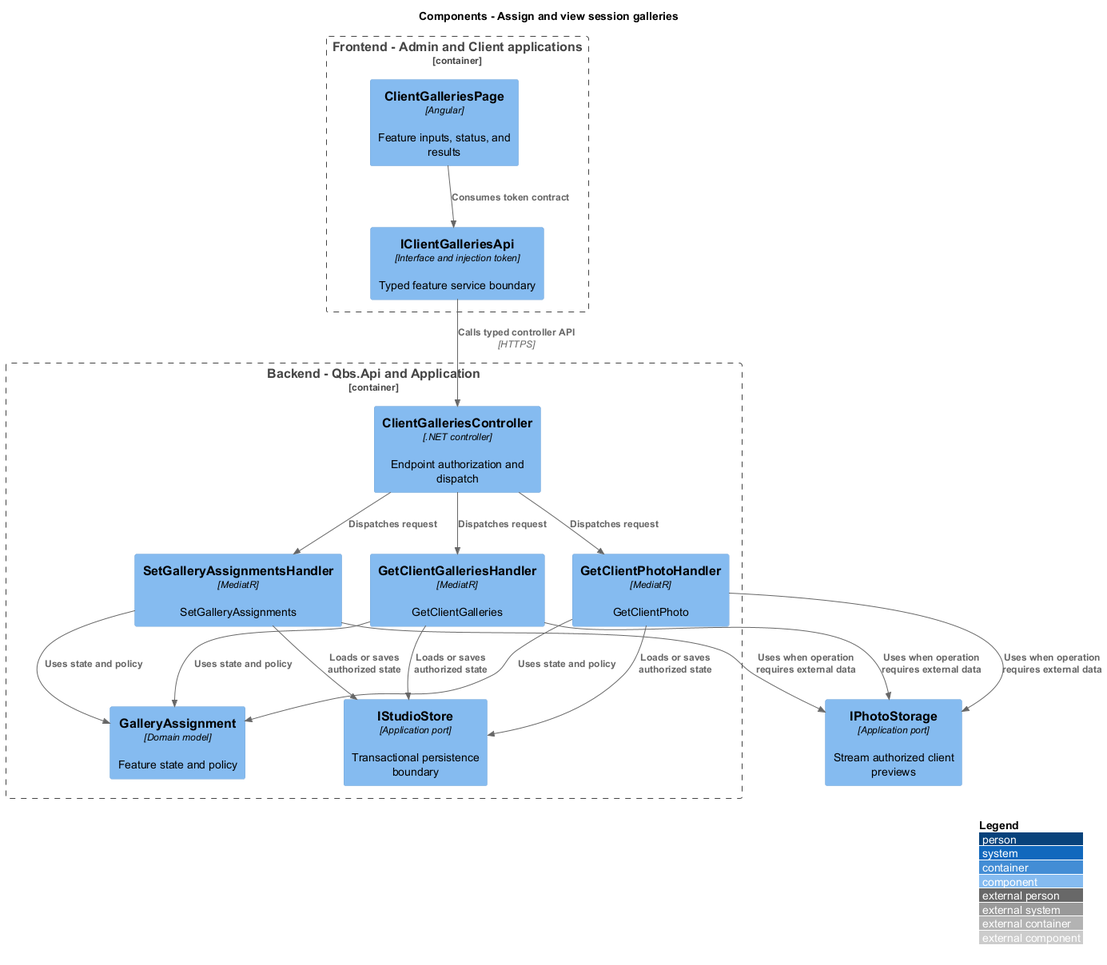
Before: docs/detailed-designs/client-access/assign-and-view-session-galleries/diagrams/c4-component.png, a diagram exported from PlantUML (QuinntyneBrown/quinntyne-brown-studio). Its diagram source:
```plantuml
@startuml
!include <C4/C4_Component>
LAYOUT_WITH_LEGEND()
title Components - Assign and view session galleries
Container_Boundary(frontend, "Frontend - Admin and Client applications") {
 Component(page, "ClientGalleriesPage", "Angular", "Feature inputs, status, and results")
 Component(client, "IClientGalleriesApi", "Interface and injection token", "Typed feature service boundary")
}
Container_Boundary(api, "Backend - Qbs.Api and Application") {
 Component(ctrl, "ClientGalleriesController", ".NET controller", "Endpoint authorization and dispatch")
 Component(handler0, "SetGalleryAssignmentsHandler", "MediatR", "SetGalleryAssignments")
 Component(handler1, "GetClientGalleriesHandler", "MediatR", "GetClientGalleries")
 Component(handler2, "GetClientPhotoHandler", "MediatR", "GetClientPhoto")
 Component(entity, "GalleryAssignment", "Domain model", "Feature state and policy")
 Component(store, "IStudioStore", "Application port", "Transactional persistence boundary")
}
Rel(page, client, "Consumes token contract")
Rel(client, ctrl, "Calls typed controller API", "HTTPS")
Rel(ctrl, handler0, "Dispatches request")
Rel(handler0, entity, "Uses state and policy")
Rel(handler0, store, "Loads or saves authorized state")
Rel(ctrl, handler1, "Dispatches request")
Rel(handler1, entity, "Uses state and policy")
Rel(handler1, store, "Loads or saves authorized state")
Rel(ctrl, handler2, "Dispatches request")
Rel(handler2, entity, "Uses state and policy")
Rel(handler2, store, "Loads or saves authorized state")
Component(ext, "IPhotoStorage", "Application port", "Stream authorized client previews")
Rel(handler0, ext, "Uses when operation requires external data")
Rel(handler1, ext, "Uses when operation requires external data")
Rel(handler2, ext, "Uses when operation requires external data")
@enduml
```
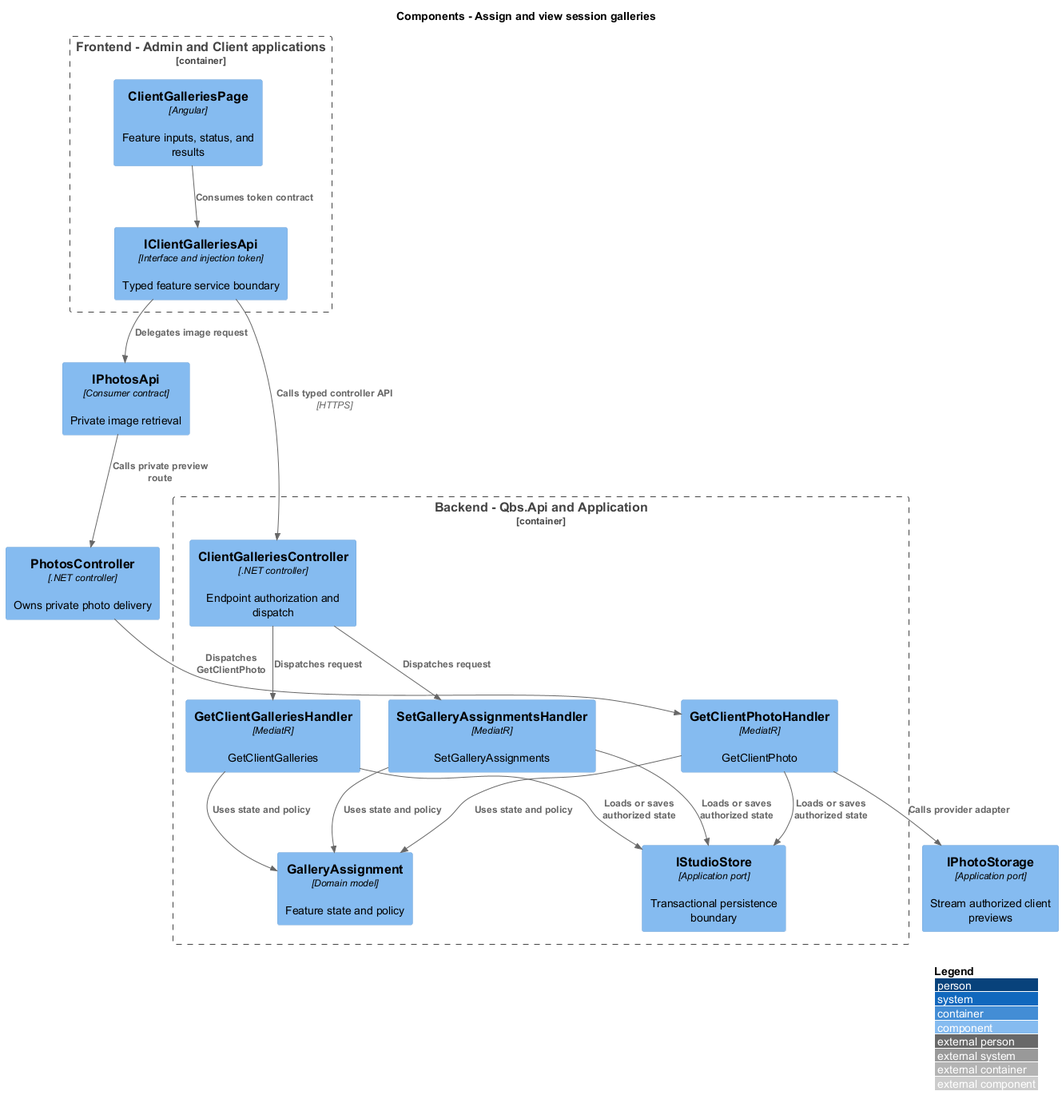
Above is the later version.

Change to the diagram source:
```diff
@@ -22,11 +22,13 @@
 Rel(ctrl, handler1, "Dispatches request")
 Rel(handler1, entity, "Uses state and policy")
 Rel(handler1, store, "Loads or saves authorized state")
-Rel(ctrl, handler2, "Dispatches request")
+Component(photoCtrl, "PhotosController", ".NET controller", "Owns private photo delivery")
+Component(photoClient, "IPhotosApi", "Consumer contract", "Private image retrieval")
+Rel(client, photoClient, "Delegates image request")
+Rel(photoClient, photoCtrl, "Calls private preview route")
+Rel(photoCtrl, handler2, "Dispatches GetClientPhoto")
 Rel(handler2, entity, "Uses state and policy")
 Rel(handler2, store, "Loads or saves authorized state")
 Component(ext, "IPhotoStorage", "Application port", "Stream authorized client previews")
-Rel(handler0, ext, "Uses when operation requires external data")
-Rel(handler1, ext, "Uses when operation requires external data")
-Rel(handler2, ext, "Uses when operation requires external data")
+Rel(handler2, ext, "Calls provider adapter")
 @enduml
```
